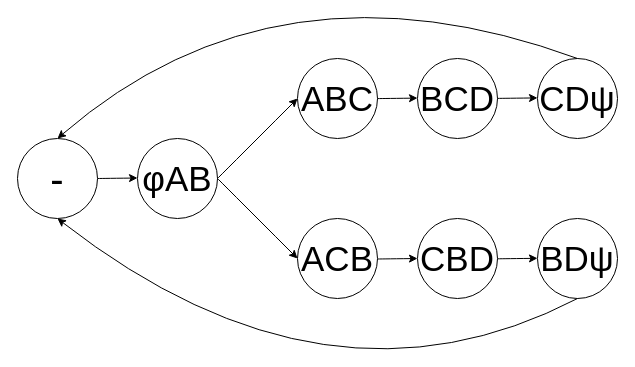
Marakil/BA_Bilder keeps this draw.io diagram as MA_3_parallelitaet.drawio. Above is the earlier version. Source tidied: cells renumbered, new cells numbered last; positions are measured from the earlier drawing's top-left corner, leaving out a move shared by most shapes. Both pictures are drawn from the tidied source at 100%, with x=0, y=0 at pixel (17, -52).
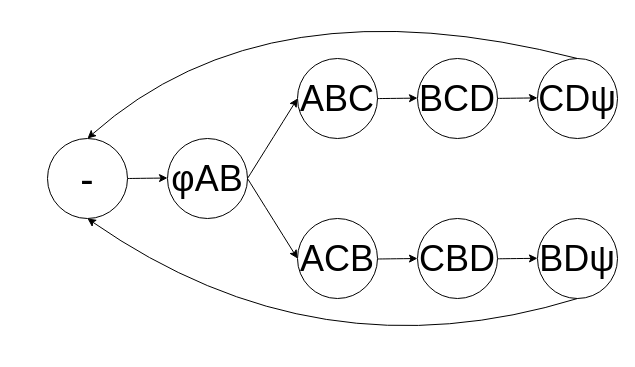
After the change.

Diff of the diagram source:
```diff
@@
-    <mxCell id="2" value="ABC" style="ellipse;whiteSpace=wrap;html=1;fontSize=35;" parent="1" vertex="1">
+    <mxCell id="2" value="ABC" style="ellipse;whiteSpace=wrap;html=1;fontSize=36;" parent="1" vertex="1">
       <mxGeometry x="280" y="110" width="80" height="80" as="geometry" />
     </mxCell>
-    <mxCell id="3" value="φAB" style="ellipse;whiteSpace=wrap;html=1;fontSize=35;" parent="1" vertex="1">
-      <mxGeometry x="120" y="190" width="80" height="80" as="geometry" />
+    <mxCell id="3" value="φAB" style="ellipse;whiteSpace=wrap;html=1;fontSize=36;" parent="1" vertex="1">
+      <mxGeometry x="150" y="190" width="80" height="80" as="geometry" />
     </mxCell>
-    <mxCell id="4" style="endArrow=classic;html=1;rounded=0;curved=1;entryX=0;entryY=0.5;entryDx=0;entryDy=0;exitX=1;exitY=0.5;exitDx=0;exitDy=0;" parent="1" edge="1" source="3" target="2">
+    <mxCell id="4" style="endArrow=classic;html=1;rounded=0;curved=1;entryX=0;entryY=0.5;entryDx=0;entryDy=0;exitX=1;exitY=0.5;exitDx=0;exitDy=0;fontSize=36;" parent="1" edge="1" source="3" target="2">
       <mxGeometry relative="1" as="geometry" />
     </mxCell>
-    <mxCell id="5" value="BDψ" style="ellipse;whiteSpace=wrap;html=1;fontSize=35;" parent="1" vertex="1">
+    <mxCell id="5" value="BDψ" style="ellipse;whiteSpace=wrap;html=1;fontSize=36;" parent="1" vertex="1">
       <mxGeometry x="520" y="270" width="80" height="80" as="geometry" />
     </mxCell>
-    <mxCell id="6" value="ACB" style="ellipse;whiteSpace=wrap;html=1;fontSize=35;" parent="1" vertex="1">
+    <mxCell id="6" value="ACB" style="ellipse;whiteSpace=wrap;html=1;fontSize=36;" parent="1" vertex="1">
       <mxGeometry x="280" y="270" width="80" height="80" as="geometry" />
     </mxCell>
-    <mxCell id="7" value="CDψ" style="ellipse;whiteSpace=wrap;html=1;fontSize=35;" parent="1" vertex="1">
+    <mxCell id="7" value="CDψ" style="ellipse;whiteSpace=wrap;html=1;fontSize=36;" parent="1" vertex="1">
       <mxGeometry x="520" y="110" width="80" height="80" as="geometry" />
     </mxCell>
     <mxCell id="8" style="endArrow=classic;html=1;rounded=0;curved=1;entryX=0;entryY=0.5;entryDx=0;entryDy=0;exitX=1;exitY=0.5;exitDx=0;exitDy=0;" parent="1" edge="1" source="11">
       <mxGeometry relative="1" as="geometry">
-        <mxPoint x="120" y="229.5" as="targetPoint" />
+        <mxPoint x="150" y="229.5" as="targetPoint" />
       </mxGeometry>
     </mxCell>
-    <mxCell id="9" style="endArrow=classic;html=1;rounded=0;curved=1;entryX=0;entryY=0.5;entryDx=0;entryDy=0;exitX=1;exitY=0.5;exitDx=0;exitDy=0;" parent="1" edge="1" source="3" target="6">
+    <mxCell id="9" style="endArrow=classic;html=1;rounded=0;curved=1;entryX=0;entryY=0.5;entryDx=0;entryDy=0;exitX=1;exitY=0.5;exitDx=0;exitDy=0;fontSize=36;" parent="1" edge="1" source="3" target="6">
       <mxGeometry relative="1" as="geometry" />
     </mxCell>
     <mxCell id="10" style="endArrow=classic;html=1;rounded=0;curved=1;entryX=0;entryY=0.5;entryDx=0;entryDy=0;exitX=1;exitY=0.5;exitDx=0;exitDy=0;" parent="1" edge="1" target="11">
       <mxGeometry relative="1" as="geometry">
-        <mxPoint x="40" y="229.5" as="sourcePoint" />
+        <mxPoint x="70" y="229.5" as="sourcePoint" />
       </mxGeometry>
     </mxCell>
     <mxCell id="11" value="-" style="ellipse;whiteSpace=wrap;html=1;fontSize=40;" parent="1" vertex="1">
-      <mxGeometry y="190" width="80" height="80" as="geometry" />
+      <mxGeometry x="30" y="190" width="80" height="80" as="geometry" />
     </mxCell>
-    <mxCell id="12" value="BCD" style="ellipse;whiteSpace=wrap;html=1;fontSize=35;" parent="1" vertex="1">
+    <mxCell id="12" value="BCD" style="ellipse;whiteSpace=wrap;html=1;fontSize=36;" parent="1" vertex="1">
       <mxGeometry x="400" y="110" width="80" height="80" as="geometry" />
     </mxCell>
-    <mxCell id="13" value="CBD" style="ellipse;whiteSpace=wrap;html=1;fontSize=35;" parent="1" vertex="1">
+    <mxCell id="13" value="CBD" style="ellipse;whiteSpace=wrap;html=1;fontSize=36;" parent="1" vertex="1">
       <mxGeometry x="400" y="270" width="80" height="80" as="geometry" />
     </mxCell>
-    <mxCell id="14" style="endArrow=classic;html=1;rounded=0;curved=1;entryX=0;entryY=0.5;entryDx=0;entryDy=0;exitX=1;exitY=0.5;exitDx=0;exitDy=0;fontSize=35;" parent="1" edge="1">
+    <mxCell id="14" style="endArrow=classic;html=1;rounded=0;curved=1;entryX=0;entryY=0.5;entryDx=0;entryDy=0;exitX=1;exitY=0.5;exitDx=0;exitDy=0;fontSize=36;" parent="1" edge="1">
       <mxGeometry relative="1" as="geometry">
         <mxPoint x="360" y="150.1" as="sourcePoint" />
         <mxPoint x="400" y="149.6" as="targetPoint" />
       </mxGeometry>
     </mxCell>
-    <mxCell id="15" style="endArrow=classic;html=1;rounded=0;curved=1;entryX=0;entryY=0.5;entryDx=0;entryDy=0;exitX=1;exitY=0.5;exitDx=0;exitDy=0;fontSize=35;" parent="1" edge="1">
+    <mxCell id="15" style="endArrow=classic;html=1;rounded=0;curved=1;entryX=0;entryY=0.5;entryDx=0;entryDy=0;exitX=1;exitY=0.5;exitDx=0;exitDy=0;fontSize=36;" parent="1" edge="1">
       <mxGeometry relative="1" as="geometry">
         <mxPoint x="360" y="310.5" as="sourcePoint" />
         <mxPoint x="400" y="310" as="targetPoint" />
       </mxGeometry>
     </mxCell>
-    <mxCell id="16" style="endArrow=classic;html=1;rounded=0;curved=1;entryX=0;entryY=0.5;entryDx=0;entryDy=0;exitX=1;exitY=0.5;exitDx=0;exitDy=0;fontSize=35;" parent="1" edge="1">
+    <mxCell id="16" style="endArrow=classic;html=1;rounded=0;curved=1;entryX=0;entryY=0.5;entryDx=0;entryDy=0;exitX=1;exitY=0.5;exitDx=0;exitDy=0;fontSize=36;" parent="1" edge="1">
       <mxGeometry relative="1" as="geometry">
         <mxPoint x="480" y="149.9" as="sourcePoint" />
         <mxPoint x="520" y="149.4" as="targetPoint" />
       </mxGeometry>
     </mxCell>
-    <mxCell id="17" style="endArrow=classic;html=1;rounded=0;curved=1;entryX=0;entryY=0.5;entryDx=0;entryDy=0;exitX=1;exitY=0.5;exitDx=0;exitDy=0;fontSize=35;" parent="1" edge="1">
+    <mxCell id="17" style="endArrow=classic;html=1;rounded=0;curved=1;entryX=0;entryY=0.5;entryDx=0;entryDy=0;exitX=1;exitY=0.5;exitDx=0;exitDy=0;fontSize=36;" parent="1" edge="1">
       <mxGeometry relative="1" as="geometry">
         <mxPoint x="480" y="310.3" as="sourcePoint" />
         <mxPoint x="520" y="309.8" as="targetPoint" />
       </mxGeometry>
     </mxCell>
     <mxCell id="18" style="endArrow=classic;html=1;rounded=0;curved=1;exitX=0.5;exitY=1;exitDx=0;exitDy=0;entryX=0.5;entryY=1;entryDx=0;entryDy=0;" parent="1" edge="1" source="5" target="11">
       <mxGeometry relative="1" as="geometry">
         <Array as="points">
-          <mxPoint x="310" y="480" />
+          <mxPoint x="300" y="430" />
         </Array>
       </mxGeometry>
     </mxCell>
     <mxCell id="19" style="endArrow=classic;html=1;rounded=0;curved=1;exitX=0.5;exitY=0;exitDx=0;exitDy=0;entryX=0.5;entryY=0;entryDx=0;entryDy=0;" parent="1" edge="1" source="7" target="11">
       <mxGeometry relative="1" as="geometry">
         <Array as="points">
-          <mxPoint x="260" />
+          <mxPoint x="250" y="30" />
         </Array>
       </mxGeometry>
     </mxCell>
```
